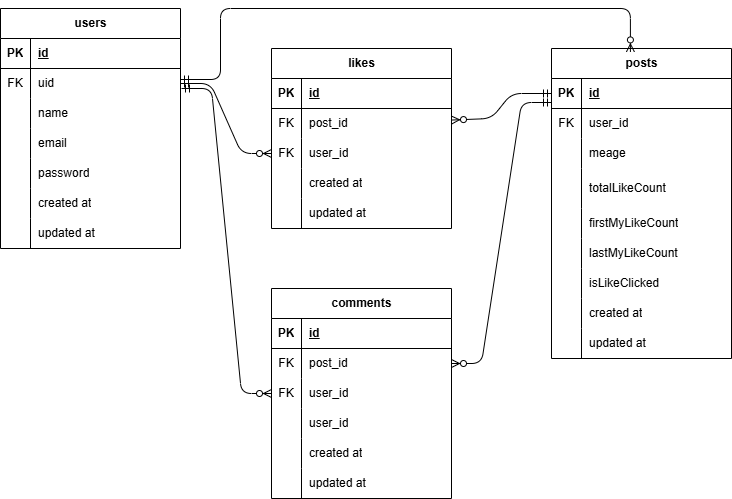
Earlier version of the draw.io export sns-app.png (oxnut134/sns-app). Source tidied: cells renumbered, new cells last; positions are measured from the earlier drawing's top-left corner, leaving out a move shared by most shapes.
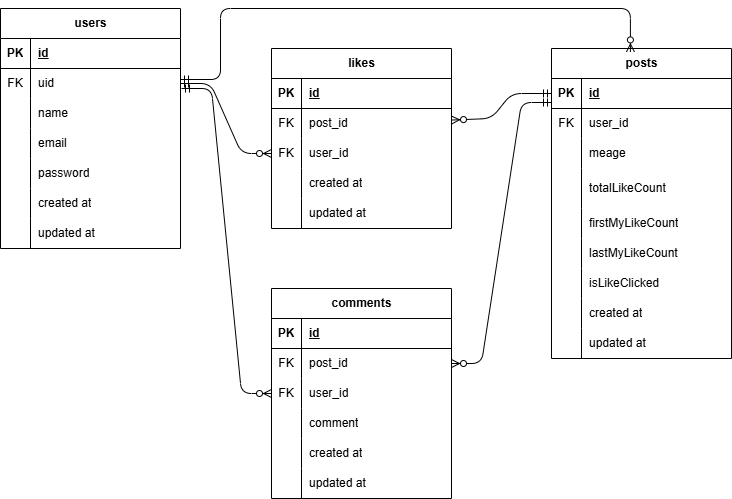
After the change.

Change to the diagram source:
```diff
@@ -236,7 +236,7 @@
     <mxCell id="79" style="shape=partialRectangle;fillColor=none;top=0;left=0;bottom=0;right=0;overflow=hidden;whiteSpace=wrap;html=1;" parent="78" vertex="1">
       <mxGeometry width="30" height="30" as="geometry" />
     </mxCell>
-    <mxCell id="80" value="&lt;span style=&quot;color: rgb(0, 0, 0);&quot;&gt;user_id&lt;/span&gt;" style="shape=partialRectangle;fillColor=none;top=0;left=0;bottom=0;right=0;align=left;spacingLeft=6;overflow=hidden;whiteSpace=wrap;html=1;" parent="78" vertex="1">
+    <mxCell id="80" value="&lt;span style=&quot;color: rgb(0, 0, 0);&quot;&gt;comment&lt;/span&gt;" style="shape=partialRectangle;fillColor=none;top=0;left=0;bottom=0;right=0;align=left;spacingLeft=6;overflow=hidden;whiteSpace=wrap;html=1;" parent="78" vertex="1">
       <mxGeometry x="30" width="150" height="30" as="geometry" />
     </mxCell>
     <mxCell id="81" style="shape=tableRow;horizontal=0;startSize=0;swimlaneHead=0;swimlaneBody=0;fillColor=none;top=0;left=0;right=0;bottom=0;" parent="68" vertex="1">
```
